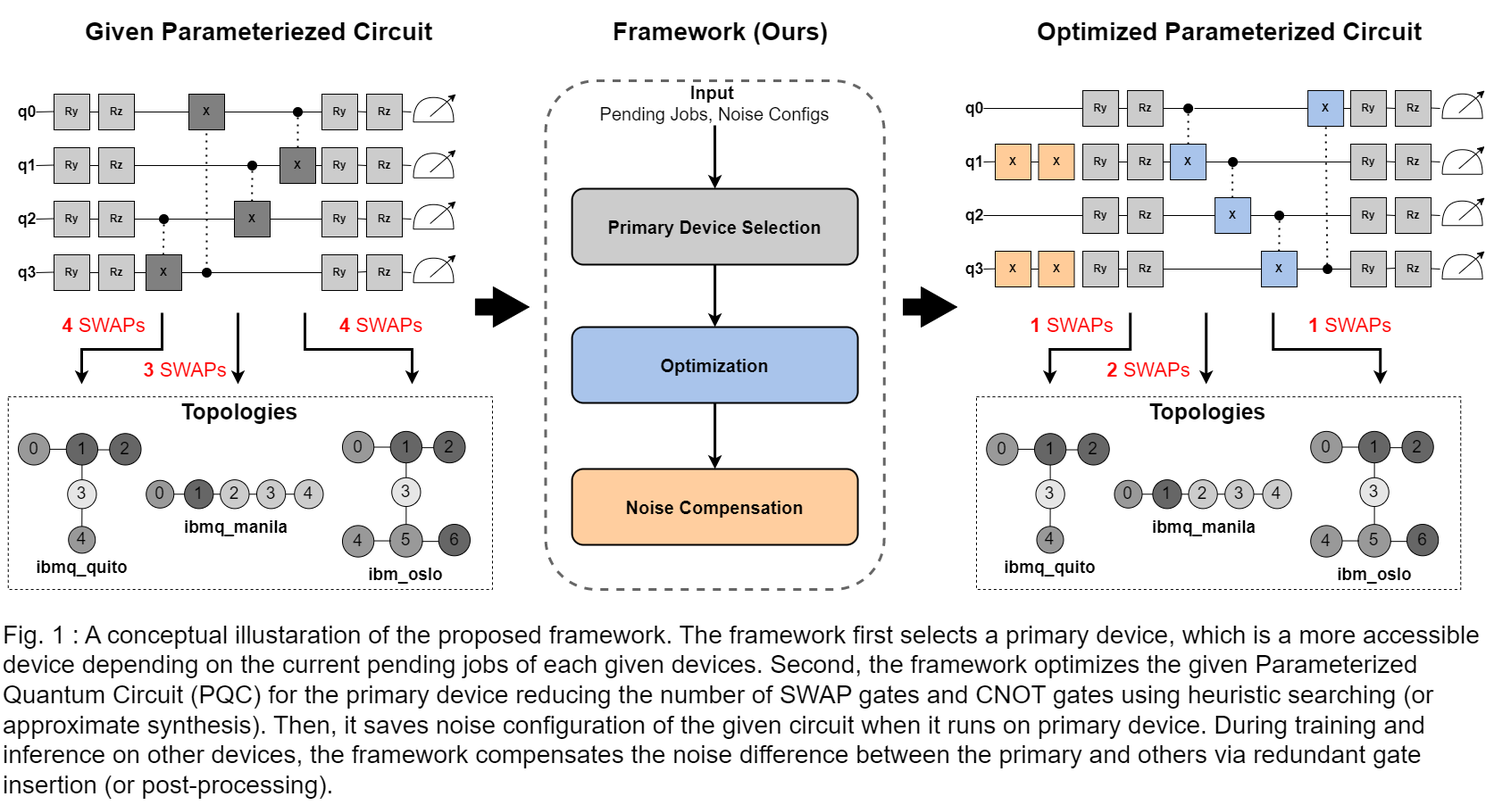
Earlier version of the draw.io export overall_framework.png (j0807s/GTA-Generating-Topolgy-Aware-VQA). Source tidied: cells renumbered, new cells last; positions are measured from the earlier drawing's top-left corner, leaving out a move shared by most shapes.
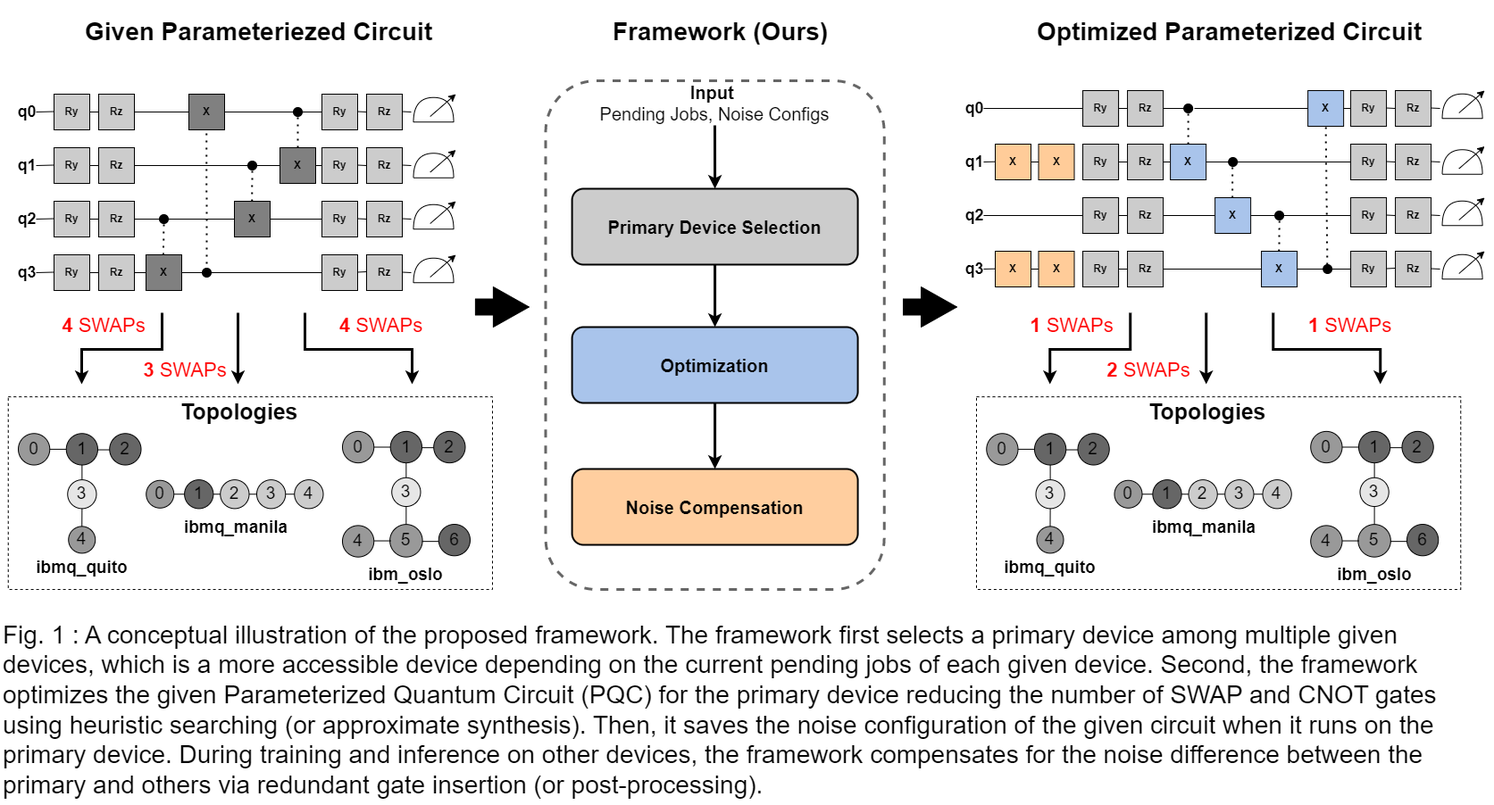
Later version of the same file.

The edit, as a diff of the source:
```diff
@@ -752,7 +752,7 @@
     <mxCell id="186" style="endArrow=classic;html=1;rounded=0;strokeWidth=3;fontSize=20;fontColor=#000000;elbow=vertical;entryX=0.5;entryY=0;entryDx=0;entryDy=0;exitX=0.5;exitY=1;exitDx=0;exitDy=0;" parent="1" edge="1" source="176" target="177">
       <mxGeometry relative="1" as="geometry" />
     </mxCell>
-    <mxCell id="187" value="&lt;div style=&quot;&quot;&gt;&lt;span style=&quot;background-color: initial;&quot;&gt;Fig. 1 : A conceptual illustaration of the proposed framework. The framework first selects a primary device, which is a more accessible device depending on the current pending jobs of each given devices. Second, the framework optimizes the given Parameterized Quantum Circuit (PQC) for the primary device reducing the number of SWAP gates and CNOT gates using heuristic searching (or approximate synthesis). Then, it saves noise configuration of the given circuit when it runs on primary device. During training and inference on other devices, the framework compensates the noise difference between the primary and others via redundant gate insertion (or post-processing).&amp;nbsp;&amp;nbsp;&lt;/span&gt;&lt;/div&gt;" style="text;html=1;strokeColor=none;fillColor=none;align=left;verticalAlign=middle;whiteSpace=wrap;rounded=0;glass=0;dashed=1;sketch=0;strokeWidth=3;fontSize=28;fontColor=#000000;" parent="1" vertex="1">
+    <mxCell id="187" value="&lt;div style=&quot;&quot;&gt;Fig. 1 : A conceptual illustration of the proposed framework. The framework first selects a primary device among multiple given devices, which is a more accessible device depending on the current pending jobs of each given device. Second, the framework optimizes the given Parameterized Quantum Circuit (PQC) for the primary device reducing the number of SWAP and CNOT gates using heuristic searching (or approximate synthesis). Then, it saves the noise configuration of the given circuit when it runs on the primary device. During training and inference on other devices, the framework compensates for the noise difference between the primary and others via redundant gate insertion (or post-processing).&amp;nbsp;&amp;nbsp;&lt;br&gt;&lt;/div&gt;" style="text;html=1;strokeColor=none;fillColor=none;align=left;verticalAlign=middle;whiteSpace=wrap;rounded=0;glass=0;dashed=1;sketch=0;strokeWidth=3;fontSize=28;fontColor=#000000;" parent="1" vertex="1">
       <mxGeometry y="680" width="1660" height="210" as="geometry" />
     </mxCell>
     <mxCell id="188" style="endArrow=none;html=1;rounded=0;strokeWidth=1;fontSize=28;fontColor=#000000;elbow=vertical;exitX=0;exitY=0.5;exitDx=0;exitDy=0;entryX=1;entryY=0.5;entryDx=0;entryDy=0;" parent="1" edge="1" source="179" target="180">
```
